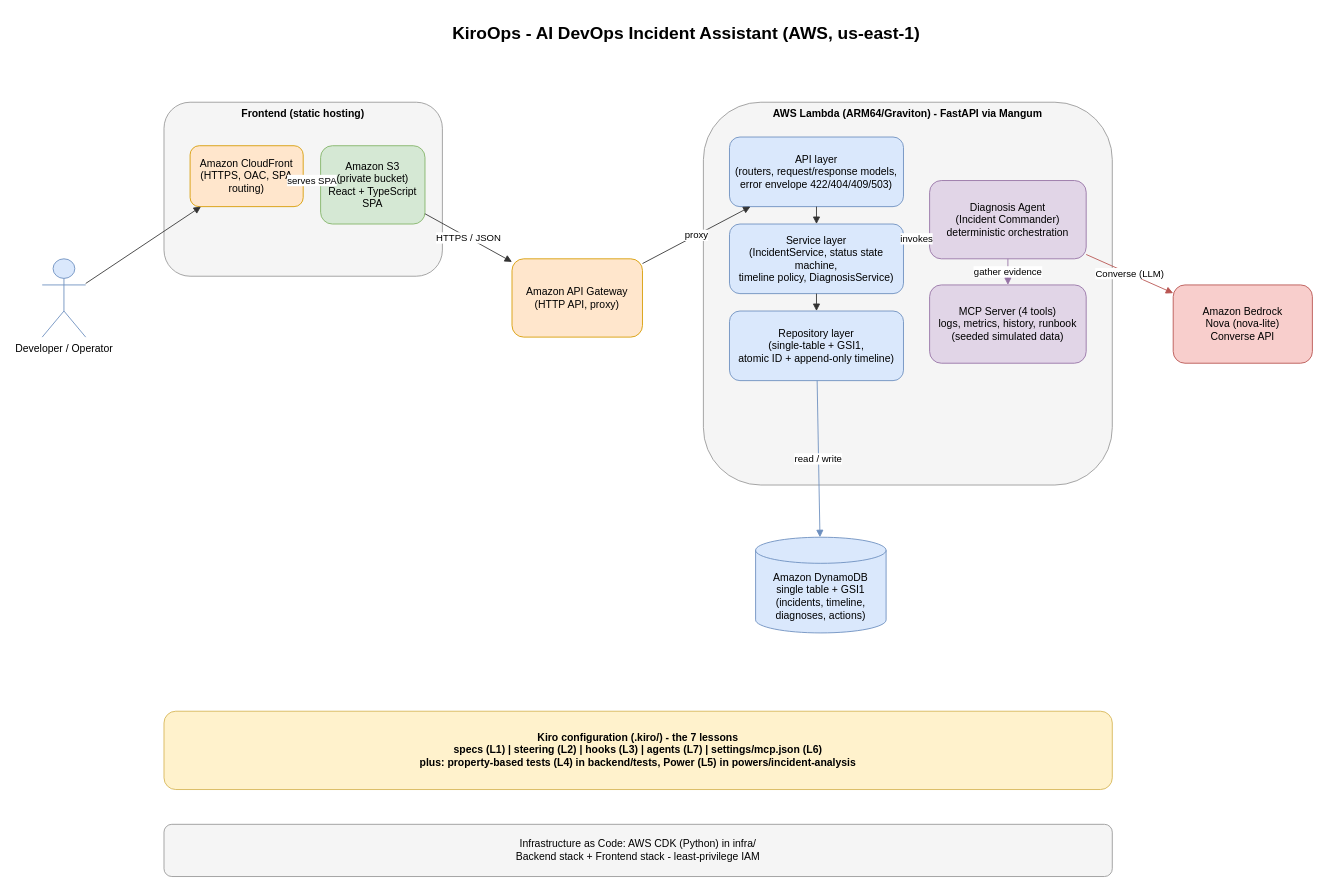
Before: docs/architecture.drawio in dineshrajdhanapathyDD/kiroops, a draw.io diagram. Source tidied: cells renumbered, new cells numbered last; positions are measured from the earlier drawing's top-left corner, leaving out a move shared by most shapes. Both pictures are drawn from the tidied source at 87%, with x=0, y=0 at pixel (42, 15).
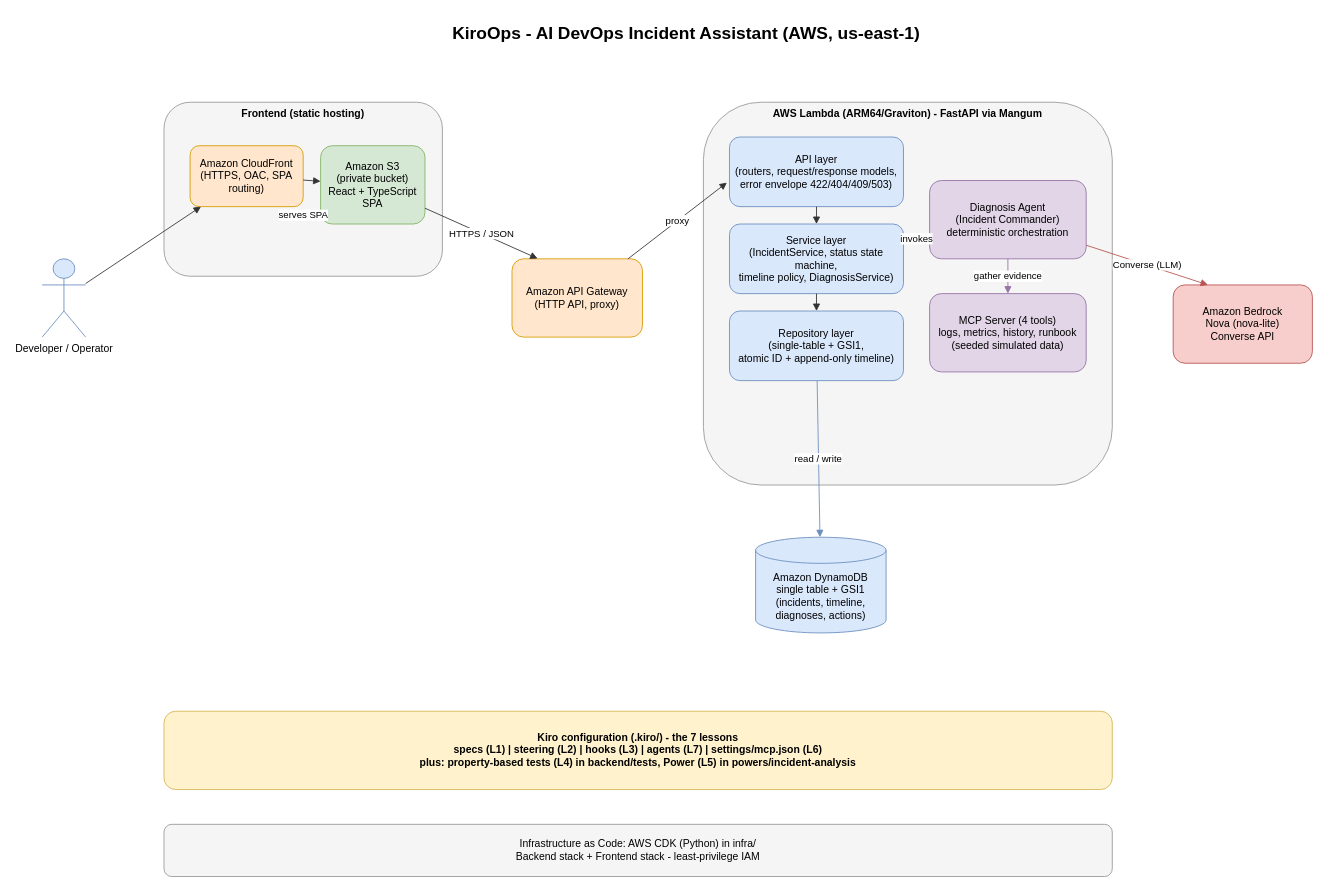
The same page after the edit.

The change refers to these unchanged cells:
```xml
<mxCell id="5" value="Amazon CloudFront&#10;(HTTPS, OAC, SPA routing)" style="rounded=1;whiteSpace=wrap;html=1;fillColor=#ffe6cc;strokeColor=#d79b00;" parent="1" vertex="1">
  <mxGeometry x="170" y="150" width="130" height="70" as="geometry" />
</mxCell>
<mxCell id="6" value="Amazon S3&#10;(private bucket)&#10;React + TypeScript SPA" style="rounded=1;whiteSpace=wrap;html=1;fillColor=#d5e8d4;strokeColor=#82b366;" parent="1" vertex="1">
  <mxGeometry x="320" y="150" width="120" height="90" as="geometry" />
</mxCell>
<mxCell id="7" value="Amazon API Gateway&#10;(HTTP API, proxy)" style="rounded=1;whiteSpace=wrap;html=1;fillColor=#ffe6cc;strokeColor=#d79b00;" parent="1" vertex="1">
  <mxGeometry x="540" y="280" width="150" height="90" as="geometry" />
</mxCell>
<mxCell id="9" value="API layer&#10;(routers, request/response models,&#10;error envelope 422/404/409/503)" style="rounded=1;whiteSpace=wrap;html=1;fillColor=#dae8fc;strokeColor=#6c8ebf;" parent="1" vertex="1">
  <mxGeometry x="790" y="140" width="200" height="80" as="geometry" />
</mxCell>
<mxCell id="12" value="Diagnosis Agent&#10;(Incident Commander)&#10;deterministic orchestration" style="rounded=1;whiteSpace=wrap;html=1;fillColor=#e1d5e7;strokeColor=#9673a6;" parent="1" vertex="1">
  <mxGeometry x="1020" y="190" width="180" height="90" as="geometry" />
</mxCell>
<mxCell id="15" value="Amazon Bedrock&#10;Nova (nova-lite)&#10;Converse API" style="rounded=1;whiteSpace=wrap;html=1;fillColor=#f8cecc;strokeColor=#b85450;" parent="1" vertex="1">
  <mxGeometry x="1300" y="310" width="160" height="90" as="geometry" />
</mxCell>
```

Change to the diagram source:
```diff
@@
     <mxCell id="13" value="MCP Server (4 tools)&#10;logs, metrics, history, runbook&#10;(seeded simulated data)" style="rounded=1;whiteSpace=wrap;html=1;fillColor=#e1d5e7;strokeColor=#9673a6;" parent="1" vertex="1">
-      <mxGeometry x="1020" y="310" width="180" height="90" as="geometry" />
+      <mxGeometry x="1020" y="320" width="180" height="90" as="geometry" />
     </mxCell>
@@
     <mxCell id="19" value="serves SPA" style="endArrow=block;html=1;strokeColor=#333333;" parent="1" edge="1" source="5" target="6">
-      <mxGeometry relative="1" as="geometry" />
+      <mxGeometry x="-0.72" y="-40" relative="1" as="geometry" />
     </mxCell>
-    <mxCell id="20" value="HTTPS / JSON" style="endArrow=block;html=1;strokeColor=#333333;" parent="1" edge="1" source="6" target="7">
+    <mxCell id="20" value="HTTPS / JSON" style="endArrow=block;html=1;strokeColor=#333333;entryX=0.196;entryY=-0.004;entryDx=0;entryDy=0;entryPerimeter=0;" parent="1" edge="1" source="6" target="7">
       <mxGeometry relative="1" as="geometry" />
     </mxCell>
-    <mxCell id="21" value="proxy" style="endArrow=block;html=1;strokeColor=#333333;" parent="1" edge="1" source="7" target="9">
+    <mxCell id="21" value="proxy" style="endArrow=block;html=1;strokeColor=#333333;entryX=-0.015;entryY=0.655;entryDx=0;entryDy=0;entryPerimeter=0;" parent="1" edge="1" source="7" target="9">
       <mxGeometry relative="1" as="geometry" />
     </mxCell>
@@
-    <mxCell id="26" value="Converse (LLM)" style="endArrow=block;html=1;strokeColor=#b85450;" parent="1" edge="1" source="12" target="15">
+    <mxCell id="26" value="Converse (LLM)" style="endArrow=block;html=1;strokeColor=#b85450;entryX=0.25;entryY=0;entryDx=0;entryDy=0;" parent="1" edge="1" source="12" target="15">
       <mxGeometry relative="1" as="geometry" />
     </mxCell>
```
